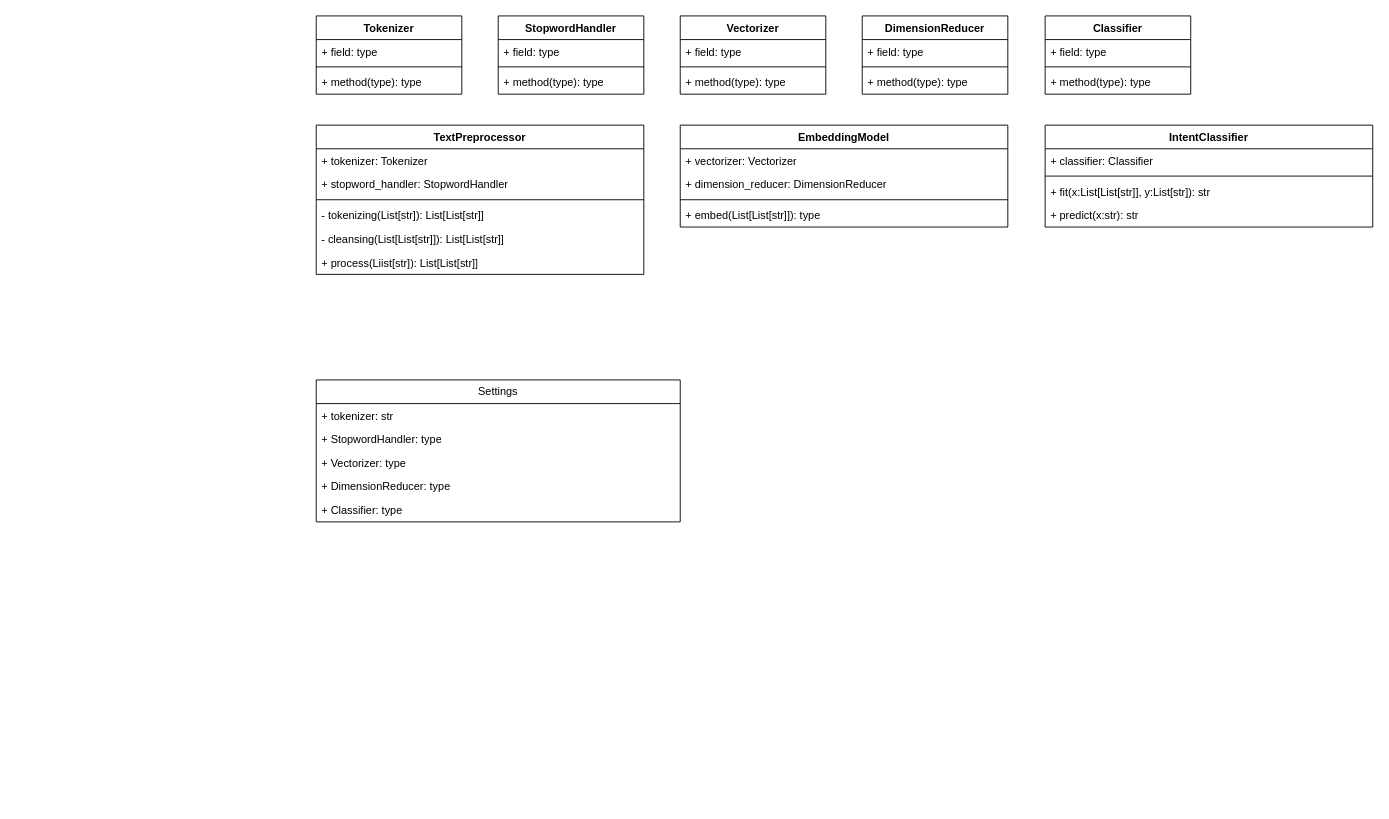
Before: 07_AI/intent_classifier/intent_classifier/doc/design.drawio in whdrns2013/study, a draw.io diagram. Source tidied: cells renumbered, new cells numbered last; positions are measured from the earlier drawing's top-left corner, leaving out a move shared by most shapes. Both pictures are drawn from the tidied source at 91%, with x=0, y=0 at pixel (316, 15).
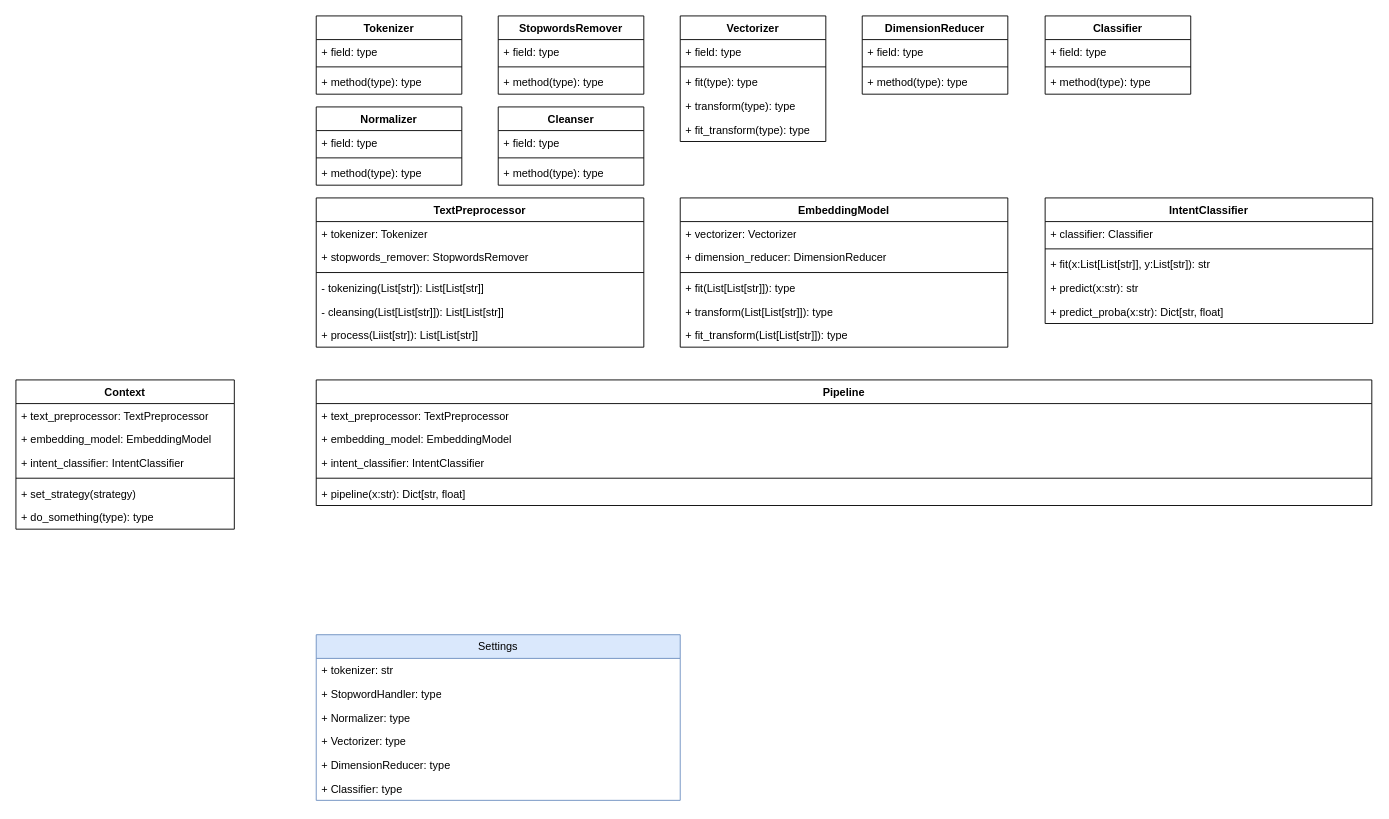
After the change.

Diff of the diagram source:
```diff
@@
     <mxCell id="2" value="IntentClassifier" style="swimlane;fontStyle=1;align=center;verticalAlign=top;horizontal=1;startSize=26;whiteSpace=wrap;html=1;" parent="1" vertex="1">
-      <mxGeometry x="801" y="120" width="360" height="112" as="geometry" />
+      <mxGeometry x="801" y="200" width="360" height="138" as="geometry" />
     </mxCell>
@@
+    <mxCell id="45" value="+ predict_proba(x:str): Dict[str, float]" style="text;strokeColor=none;fillColor=none;align=left;verticalAlign=top;spacingLeft=4;spacingRight=4;overflow=hidden;whiteSpace=wrap;html=1;" parent="2" vertex="1">
+      <mxGeometry y="112" width="360" height="26" as="geometry" />
+    </mxCell>
     <mxCell id="7" value="EmbeddingModel" style="swimlane;fontStyle=1;align=center;verticalAlign=top;horizontal=1;startSize=26;whiteSpace=wrap;html=1;" parent="1" vertex="1">
-      <mxGeometry x="400" y="120" width="360" height="112" as="geometry" />
+      <mxGeometry x="400" y="200" width="360" height="164" as="geometry" />
     </mxCell>
@@
-    <mxCell id="11" value="+ embed(List[List[str]]): type" style="text;strokeColor=none;fillColor=none;align=left;verticalAlign=top;spacingLeft=4;spacingRight=4;overflow=hidden;whiteSpace=wrap;html=1;" parent="7" vertex="1">
+    <mxCell id="11" value="+ fit(List[List[str]]): type" style="text;strokeColor=none;fillColor=none;align=left;verticalAlign=top;spacingLeft=4;spacingRight=4;overflow=hidden;whiteSpace=wrap;html=1;" parent="7" vertex="1">
       <mxGeometry y="86" width="360" height="26" as="geometry" />
     </mxCell>
+    <mxCell id="46" value="+ transform(List[List[str]]): type" style="text;strokeColor=none;fillColor=none;align=left;verticalAlign=top;spacingLeft=4;spacingRight=4;overflow=hidden;whiteSpace=wrap;html=1;" parent="7" vertex="1">
+      <mxGeometry y="112" width="360" height="26" as="geometry" />
+    </mxCell>
+    <mxCell id="47" value="+ fit_transform(List[List[str]]): type" style="text;strokeColor=none;fillColor=none;align=left;verticalAlign=top;spacingLeft=4;spacingRight=4;overflow=hidden;whiteSpace=wrap;html=1;" parent="7" vertex="1">
+      <mxGeometry y="138" width="360" height="26" as="geometry" />
+    </mxCell>
     <mxCell id="12" value="TextPreprocessor" style="swimlane;fontStyle=1;align=center;verticalAlign=top;horizontal=1;startSize=26;whiteSpace=wrap;html=1;" parent="1" vertex="1">
-      <mxGeometry y="120" width="360" height="164" as="geometry" />
+      <mxGeometry y="200" width="360" height="164" as="geometry" />
     </mxCell>
@@
-    <mxCell id="14" value="+ stopword_handler: StopwordHandler" style="text;strokeColor=none;fillColor=none;align=left;verticalAlign=top;spacingLeft=4;spacingRight=4;overflow=hidden;whiteSpace=wrap;html=1;" parent="12" vertex="1">
+    <mxCell id="14" value="+ stopwords_remover: StopwordsRemover" style="text;strokeColor=none;fillColor=none;align=left;verticalAlign=top;spacingLeft=4;spacingRight=4;overflow=hidden;whiteSpace=wrap;html=1;" parent="12" vertex="1">
       <mxGeometry y="52" width="360" height="26" as="geometry" />
     </mxCell>
@@
     <mxCell id="19" value="Vectorizer" style="swimlane;fontStyle=1;align=center;verticalAlign=top;horizontal=1;startSize=26;whiteSpace=wrap;html=1;" parent="1" vertex="1">
-      <mxGeometry x="400" width="160" height="86" as="geometry" />
+      <mxGeometry x="400" width="160" height="138" as="geometry" />
     </mxCell>
@@
-    <mxCell id="22" value="+ method(type): type" style="text;strokeColor=none;fillColor=none;align=left;verticalAlign=top;spacingLeft=4;spacingRight=4;overflow=hidden;whiteSpace=wrap;html=1;" parent="19" vertex="1">
+    <mxCell id="22" value="+ fit(type): type" style="text;strokeColor=none;fillColor=none;align=left;verticalAlign=top;spacingLeft=4;spacingRight=4;overflow=hidden;whiteSpace=wrap;html=1;" parent="19" vertex="1">
       <mxGeometry y="60" width="160" height="26" as="geometry" />
     </mxCell>
+    <mxCell id="48" value="+ transform(type): type" style="text;strokeColor=none;fillColor=none;align=left;verticalAlign=top;spacingLeft=4;spacingRight=4;overflow=hidden;whiteSpace=wrap;html=1;" parent="19" vertex="1">
+      <mxGeometry y="86" width="160" height="26" as="geometry" />
+    </mxCell>
+    <mxCell id="49" value="+ fit_transform(type): type" style="text;strokeColor=none;fillColor=none;align=left;verticalAlign=top;spacingLeft=4;spacingRight=4;overflow=hidden;whiteSpace=wrap;html=1;" parent="19" vertex="1">
+      <mxGeometry y="112" width="160" height="26" as="geometry" />
+    </mxCell>
@@
-    <mxCell id="31" value="StopwordHandler" style="swimlane;fontStyle=1;align=center;verticalAlign=top;horizontal=1;startSize=26;whiteSpace=wrap;html=1;" parent="1" vertex="1">
+    <mxCell id="31" value="StopwordsRemover" style="swimlane;fontStyle=1;align=center;verticalAlign=top;horizontal=1;startSize=26;whiteSpace=wrap;html=1;" parent="1" vertex="1">
       <mxGeometry x="200" width="160" height="86" as="geometry" />
     </mxCell>
@@
-    <mxCell id="35" value="Settings" style="swimlane;fontStyle=0;horizontal=1;startSize=26;fillColor=none;whiteSpace=wrap;html=1;" parent="1" vertex="1">
-      <mxGeometry y="400" width="400" height="156" as="geometry" />
+    <mxCell id="35" value="Settings" style="swimlane;fontStyle=0;horizontal=1;startSize=26;fillColor=#dae8fc;whiteSpace=wrap;html=1;strokeColor=#6c8ebf;" parent="1" vertex="1">
+      <mxGeometry y="680" width="400" height="182" as="geometry" />
     </mxCell>
@@
+    <mxCell id="50" value="+ Normalizer: type" style="text;strokeColor=none;fillColor=none;align=left;verticalAlign=top;spacingLeft=4;spacingRight=4;overflow=hidden;whiteSpace=wrap;html=1;" parent="35" vertex="1">
+      <mxGeometry y="78" width="400" height="26" as="geometry" />
+    </mxCell>
     <mxCell id="38" value="+ Vectorizer: type" style="text;strokeColor=none;fillColor=none;align=left;verticalAlign=top;spacingLeft=4;spacingRight=4;overflow=hidden;whiteSpace=wrap;html=1;" parent="35" vertex="1">
-      <mxGeometry y="78" width="400" height="26" as="geometry" />
+      <mxGeometry y="104" width="400" height="26" as="geometry" />
     </mxCell>
     <mxCell id="39" value="+ DimensionReducer: type" style="text;strokeColor=none;fillColor=none;align=left;verticalAlign=top;spacingLeft=4;spacingRight=4;overflow=hidden;whiteSpace=wrap;html=1;" parent="35" vertex="1">
-      <mxGeometry y="104" width="400" height="26" as="geometry" />
+      <mxGeometry y="130" width="400" height="26" as="geometry" />
     </mxCell>
     <mxCell id="40" value="+ Classifier: type" style="text;strokeColor=none;fillColor=none;align=left;verticalAlign=top;spacingLeft=4;spacingRight=4;overflow=hidden;whiteSpace=wrap;html=1;" parent="35" vertex="1">
-      <mxGeometry y="130" width="400" height="26" as="geometry" />
+      <mxGeometry y="156" width="400" height="26" as="geometry" />
     </mxCell>
@@
+    <mxCell id="51" value="Normalizer" style="swimlane;fontStyle=1;align=center;verticalAlign=top;horizontal=1;startSize=26;whiteSpace=wrap;html=1;" parent="1" vertex="1">
+      <mxGeometry y="100" width="160" height="86" as="geometry" />
+    </mxCell>
+    <mxCell id="52" value="+ field: type" style="text;strokeColor=none;fillColor=none;align=left;verticalAlign=top;spacingLeft=4;spacingRight=4;overflow=hidden;whiteSpace=wrap;html=1;" parent="51" vertex="1">
+      <mxGeometry y="26" width="160" height="26" as="geometry" />
+    </mxCell>
+    <mxCell id="53" style="line;strokeWidth=1;fillColor=none;align=left;verticalAlign=middle;spacingTop=-1;spacingLeft=3;spacingRight=3;labelPosition=right;strokeColor=inherit;" parent="51" vertex="1">
+      <mxGeometry y="52" width="160" height="8" as="geometry" />
+    </mxCell>
+    <mxCell id="54" value="+ method(type): type" style="text;strokeColor=none;fillColor=none;align=left;verticalAlign=top;spacingLeft=4;spacingRight=4;overflow=hidden;whiteSpace=wrap;html=1;" parent="51" vertex="1">
+      <mxGeometry y="60" width="160" height="26" as="geometry" />
+    </mxCell>
+    <mxCell id="55" value="Pipeline" style="swimlane;fontStyle=1;align=center;verticalAlign=top;horizontal=1;startSize=26;whiteSpace=wrap;html=1;" parent="1" vertex="1">
+      <mxGeometry y="400" width="1160" height="138" as="geometry" />
+    </mxCell>
+    <mxCell id="56" value="+ text_preprocessor: TextPreprocessor" style="text;strokeColor=none;fillColor=none;align=left;verticalAlign=top;spacingLeft=4;spacingRight=4;overflow=hidden;whiteSpace=wrap;html=1;" parent="55" vertex="1">
+      <mxGeometry y="26" width="1160" height="26" as="geometry" />
+    </mxCell>
+    <mxCell id="57" value="+ embedding_model: EmbeddingModel" style="text;strokeColor=none;fillColor=none;align=left;verticalAlign=top;spacingLeft=4;spacingRight=4;overflow=hidden;whiteSpace=wrap;html=1;" parent="55" vertex="1">
+      <mxGeometry y="52" width="1160" height="26" as="geometry" />
+    </mxCell>
+    <mxCell id="58" value="+ intent_classifier: IntentClassifier" style="text;strokeColor=none;fillColor=none;align=left;verticalAlign=top;spacingLeft=4;spacingRight=4;overflow=hidden;whiteSpace=wrap;html=1;" parent="55" vertex="1">
+      <mxGeometry y="78" width="1160" height="26" as="geometry" />
+    </mxCell>
+    <mxCell id="59" style="line;strokeWidth=1;fillColor=none;align=left;verticalAlign=middle;spacingTop=-1;spacingLeft=3;spacingRight=3;labelPosition=right;strokeColor=inherit;" parent="55" vertex="1">
+      <mxGeometry y="104" width="1160" height="8" as="geometry" />
+    </mxCell>
+    <mxCell id="60" value="+ pipeline(x:str): Dict[str, float]" style="text;strokeColor=none;fillColor=none;align=left;verticalAlign=top;spacingLeft=4;spacingRight=4;overflow=hidden;whiteSpace=wrap;html=1;" parent="55" vertex="1">
+      <mxGeometry y="112" width="1160" height="26" as="geometry" />
+    </mxCell>
+    <mxCell id="61" value="Context" style="swimlane;fontStyle=1;align=center;verticalAlign=top;horizontal=1;startSize=26;whiteSpace=wrap;html=1;" parent="1" vertex="1">
+      <mxGeometry x="-330" y="400" width="240" height="164" as="geometry" />
+    </mxCell>
+    <mxCell id="62" value="+ text_preprocessor: TextPreprocessor" style="text;strokeColor=none;fillColor=none;align=left;verticalAlign=top;spacingLeft=4;spacingRight=4;overflow=hidden;whiteSpace=wrap;html=1;" parent="61" vertex="1">
+      <mxGeometry y="26" width="240" height="26" as="geometry" />
+    </mxCell>
+    <mxCell id="63" value="+ embedding_model: EmbeddingModel" style="text;strokeColor=none;fillColor=none;align=left;verticalAlign=top;spacingLeft=4;spacingRight=4;overflow=hidden;whiteSpace=wrap;html=1;" parent="61" vertex="1">
+      <mxGeometry y="52" width="240" height="26" as="geometry" />
+    </mxCell>
+    <mxCell id="64" value="+ intent_classifier: IntentClassifier" style="text;strokeColor=none;fillColor=none;align=left;verticalAlign=top;spacingLeft=4;spacingRight=4;overflow=hidden;whiteSpace=wrap;html=1;" parent="61" vertex="1">
+      <mxGeometry y="78" width="240" height="26" as="geometry" />
+    </mxCell>
+    <mxCell id="65" style="line;strokeWidth=1;fillColor=none;align=left;verticalAlign=middle;spacingTop=-1;spacingLeft=3;spacingRight=3;labelPosition=right;strokeColor=inherit;" parent="61" vertex="1">
+      <mxGeometry y="104" width="240" height="8" as="geometry" />
+    </mxCell>
+    <mxCell id="66" value="+ set_strategy(strategy)" style="text;strokeColor=none;fillColor=none;align=left;verticalAlign=top;spacingLeft=4;spacingRight=4;overflow=hidden;whiteSpace=wrap;html=1;" parent="61" vertex="1">
+      <mxGeometry y="112" width="240" height="26" as="geometry" />
+    </mxCell>
+    <mxCell id="67" value="+ do_something(type): type" style="text;strokeColor=none;fillColor=none;align=left;verticalAlign=top;spacingLeft=4;spacingRight=4;overflow=hidden;whiteSpace=wrap;html=1;" parent="61" vertex="1">
+      <mxGeometry y="138" width="240" height="26" as="geometry" />
+    </mxCell>
+    <mxCell id="68" value="Cleanser" style="swimlane;fontStyle=1;align=center;verticalAlign=top;horizontal=1;startSize=26;whiteSpace=wrap;html=1;" parent="1" vertex="1">
+      <mxGeometry x="200" y="100" width="160" height="86" as="geometry" />
+    </mxCell>
+    <mxCell id="69" value="+ field: type" style="text;strokeColor=none;fillColor=none;align=left;verticalAlign=top;spacingLeft=4;spacingRight=4;overflow=hidden;whiteSpace=wrap;html=1;" parent="68" vertex="1">
+      <mxGeometry y="26" width="160" height="26" as="geometry" />
+    </mxCell>
+    <mxCell id="70" style="line;strokeWidth=1;fillColor=none;align=left;verticalAlign=middle;spacingTop=-1;spacingLeft=3;spacingRight=3;labelPosition=right;strokeColor=inherit;" parent="68" vertex="1">
+      <mxGeometry y="52" width="160" height="8" as="geometry" />
+    </mxCell>
+    <mxCell id="71" value="+ method(type): type" style="text;strokeColor=none;fillColor=none;align=left;verticalAlign=top;spacingLeft=4;spacingRight=4;overflow=hidden;whiteSpace=wrap;html=1;" parent="68" vertex="1">
+      <mxGeometry y="60" width="160" height="26" as="geometry" />
+    </mxCell>
```
